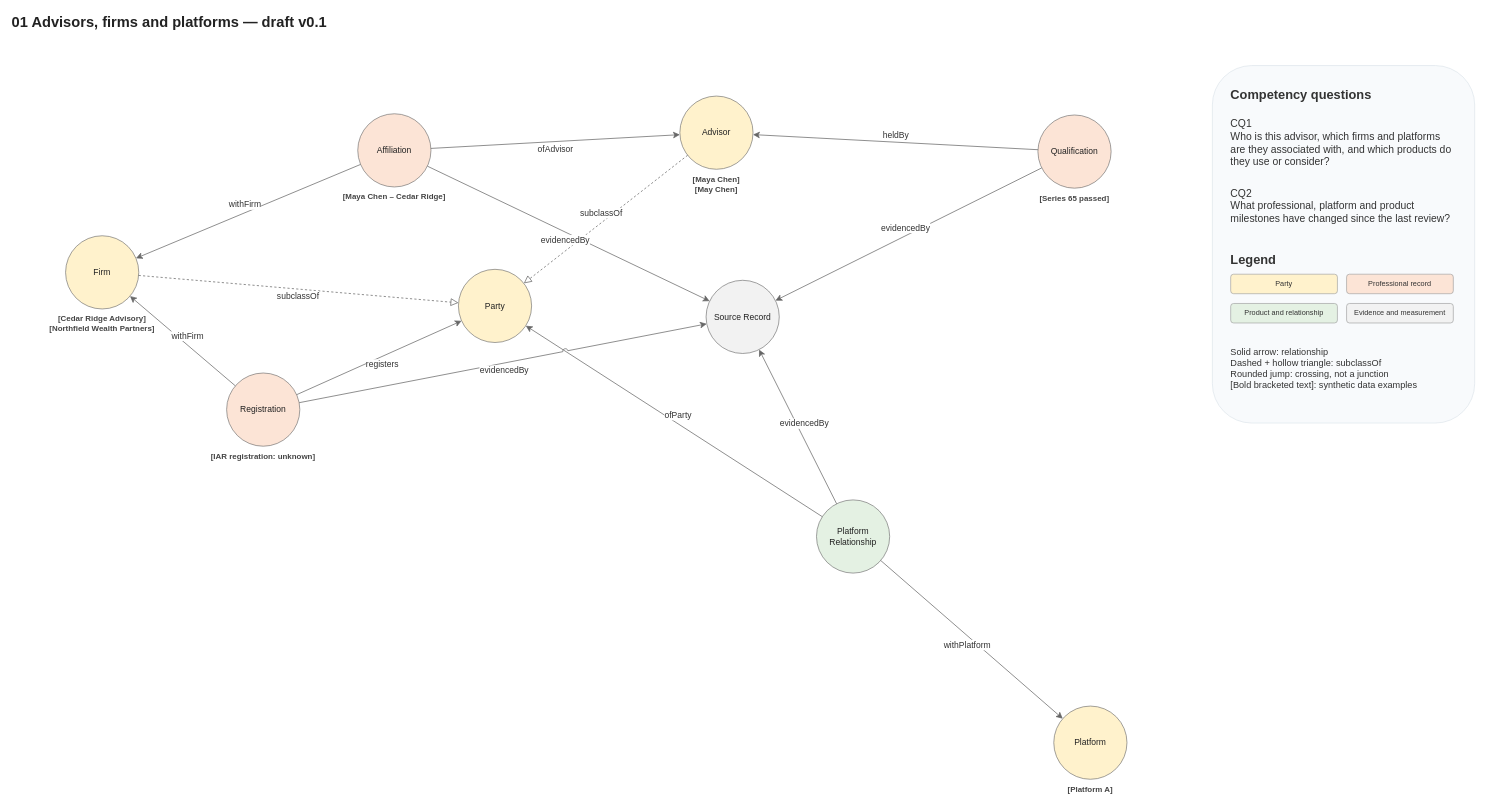
The draw.io diagram page "01 Advisors, firms and platforms" (2 of 5) of solution/model/aai-model.drawio in ssfd7/advisor-account-intelligence, before the edit. Source tidied: cells renumbered, new cells numbered last; positions are measured from the earlier drawing's top-left corner, leaving out a move shared by most shapes. Both pictures are drawn from the tidied source at 61%, with x=0, y=0 at pixel (10, 10).
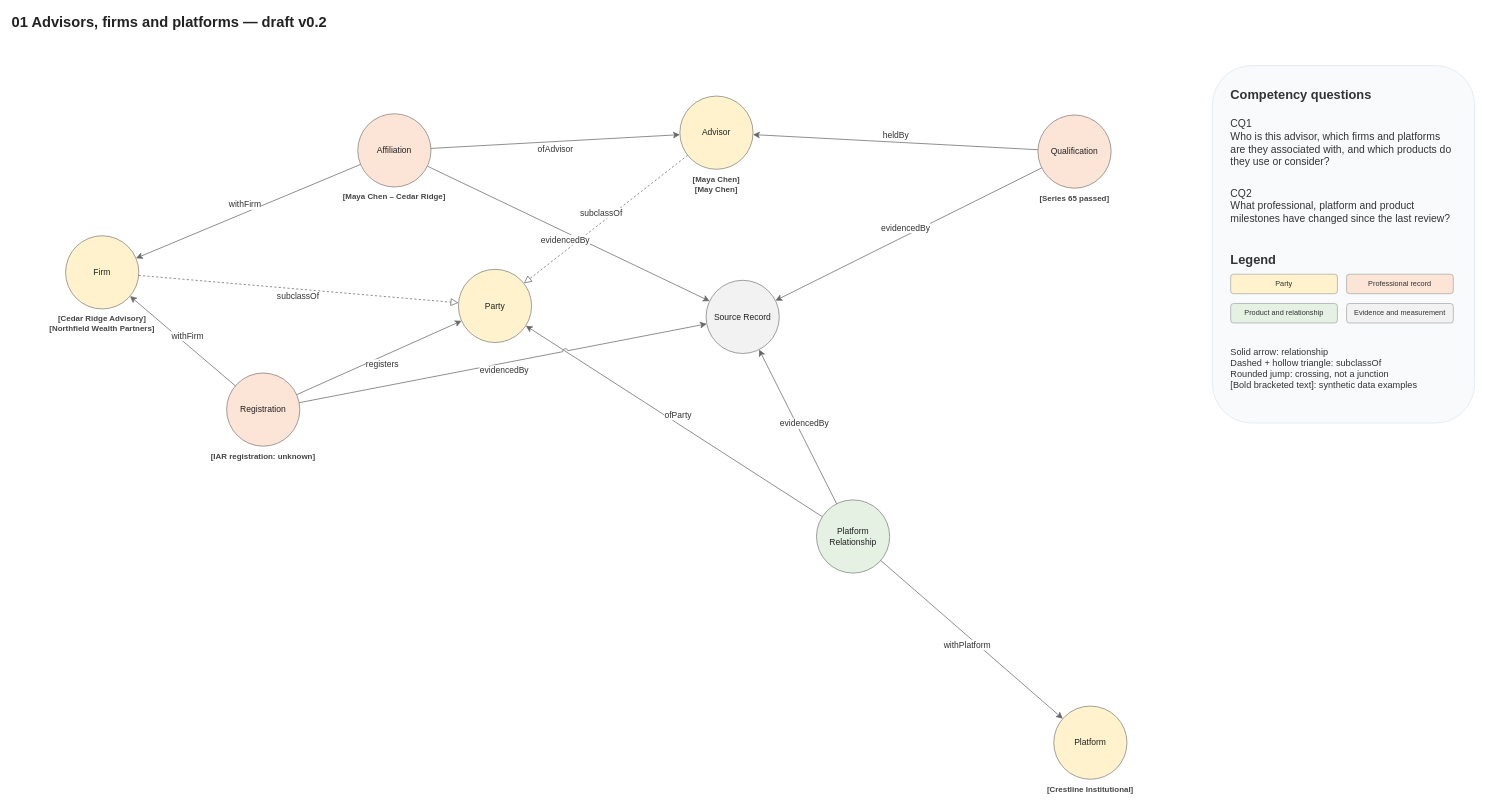
The same diagram, later.

What changed in the source:
```diff
@@
-    <mxCell id="2" value="01 Advisors, firms and platforms — draft v0.1" style="shape=label;fillColor=none;strokeColor=none;html=1;align=left;fontSize=24;fontStyle=1;fontColor=#222222;" parent="1" vertex="1">
+    <mxCell id="2" value="01 Advisors, firms and platforms — draft v0.2" style="shape=label;fillColor=none;strokeColor=none;html=1;align=left;fontSize=24;fontStyle=1;fontColor=#222222;" parent="1" vertex="1">
       <mxGeometry width="1700" height="40" as="geometry" />
     </mxCell>
@@
-    <mxCell id="9" value="[Platform A]" style="shape=label;html=0;whiteSpace=wrap;fillColor=none;strokeColor=none;fontSize=13;fontStyle=1;fontColor=#444444;align=center;verticalAlign=top;spacing=0;" parent="1" vertex="1">
+    <mxCell id="9" value="[Crestline Institutional]" style="shape=label;html=0;whiteSpace=wrap;fillColor=none;strokeColor=none;fontSize=13;fontStyle=1;fontColor=#444444;align=center;verticalAlign=top;spacing=0;" parent="1" vertex="1">
       <mxGeometry x="1670" y="1264" width="200" height="26" as="geometry" />
     </mxCell>
```
